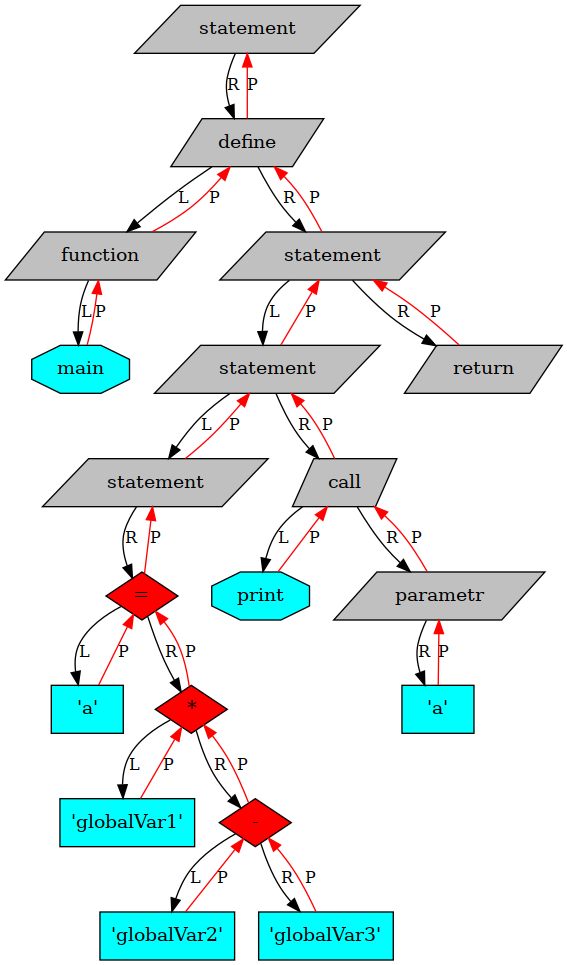
The Graphviz diagram graphviz.png in vihlancevk/MyProgrammingLanguage, before a commit. Its source is kept beside it as graphviz.gv.
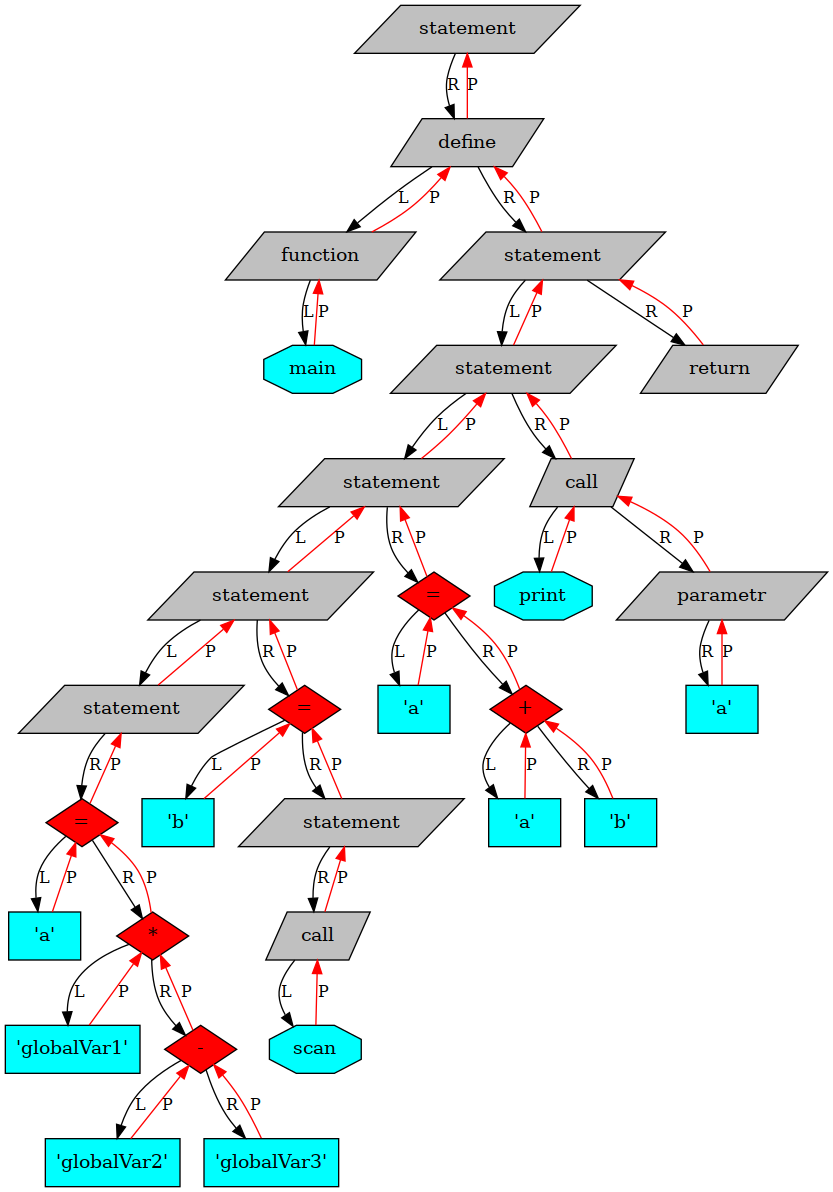
The same file after the commit.

The edit, as a diff of the source:
```diff
@@ -4,61 +4,97 @@
 
 	node[fontsize=14];
 
-	93962177858544[shape=record, shape=parallelogram, style="filled", fillcolor=grey, label="statement"];
-	93962177858608[shape=record, shape=parallelogram, style="filled", fillcolor=grey, label="define"];
-	93962177859088[shape=record, shape=parallelogram, style="filled", fillcolor=grey, label="function"];
-	93962177859568[shape=record, shape=octagon, style="filled", fillcolor=cyan, label="main"];
-	93962177882448[shape=record, shape=parallelogram, style="filled", fillcolor=grey, label="statement"];
-	93962177880048[shape=record, shape=parallelogram, style="filled", fillcolor=grey, label="statement"];
-	93962177860048[shape=record, shape=parallelogram, style="filled", fillcolor=grey, label="statement"];
-	93962177860112[shape=record, shape=diamond, style="filled", fillcolor=red, label="="];
-	93962177860592[shape=record, shape=rectangle, style="filled", fillcolor=cyan, label="'a'"];
-	93962177879152[shape=record, shape=diamond, style="filled", fillcolor=red, label="*"];
-	93962177860656[shape=record, shape=rectangle, style="filled", fillcolor=cyan, label="'globalVar1'"];
-	93962177878672[shape=record, shape=diamond, style="filled", fillcolor=red, label="-"];
-	93962177860720[shape=record, shape=rectangle, style="filled", fillcolor=cyan, label="'globalVar2'"];
-	93962177878192[shape=record, shape=rectangle, style="filled", fillcolor=cyan, label="'globalVar3'"];
-	93962177880112[shape=record, shape=parallelogram, style="filled", fillcolor=grey, label="call"];
-	93962177880592[shape=record, shape=octagon, style="filled", fillcolor=cyan, label="print"];
-	93962177881072[shape=record, shape=parallelogram, style="filled", fillcolor=grey, label="parametr"];
-	93962177881136[shape=record, shape=rectangle, style="filled", fillcolor=cyan, label="'a'"];
-	93962177882512[shape=record, shape=parallelogram, style="filled", fillcolor=grey, label="return"];
+	93998472850592[shape=record, shape=parallelogram, style="filled", fillcolor=grey, label="statement"];
+	93998472850656[shape=record, shape=parallelogram, style="filled", fillcolor=grey, label="define"];
+	93998472851136[shape=record, shape=parallelogram, style="filled", fillcolor=grey, label="function"];
+	93998472851616[shape=record, shape=octagon, style="filled", fillcolor=cyan, label="main"];
+	93998472896256[shape=record, shape=parallelogram, style="filled", fillcolor=grey, label="statement"];
+	93998472893856[shape=record, shape=parallelogram, style="filled", fillcolor=grey, label="statement"];
+	93998472890976[shape=record, shape=parallelogram, style="filled", fillcolor=grey, label="statement"];
+	93998472888096[shape=record, shape=parallelogram, style="filled", fillcolor=grey, label="statement"];
+	93998472852096[shape=record, shape=parallelogram, style="filled", fillcolor=grey, label="statement"];
+	93998472852160[shape=record, shape=diamond, style="filled", fillcolor=red, label="="];
+	93998472852640[shape=record, shape=rectangle, style="filled", fillcolor=cyan, label="'a'"];
+	93998472887200[shape=record, shape=diamond, style="filled", fillcolor=red, label="*"];
+	93998472885280[shape=record, shape=rectangle, style="filled", fillcolor=cyan, label="'globalVar1'"];
+	93998472886720[shape=record, shape=diamond, style="filled", fillcolor=red, label="-"];
+	93998472885760[shape=record, shape=rectangle, style="filled", fillcolor=cyan, label="'globalVar2'"];
+	93998472886240[shape=record, shape=rectangle, style="filled", fillcolor=cyan, label="'globalVar3'"];
+	93998472888160[shape=record, shape=diamond, style="filled", fillcolor=red, label="="];
+	93998472888640[shape=record, shape=rectangle, style="filled", fillcolor=cyan, label="'b'"];
+	93998472889120[shape=record, shape=parallelogram, style="filled", fillcolor=grey, label="statement"];
+	93998472889184[shape=record, shape=parallelogram, style="filled", fillcolor=grey, label="call"];
+	93998472889664[shape=record, shape=octagon, style="filled", fillcolor=cyan, label="scan"];
+	93998472891040[shape=record, shape=diamond, style="filled", fillcolor=red, label="="];
+	93998472891520[shape=record, shape=rectangle, style="filled", fillcolor=cyan, label="'a'"];
+	93998472892960[shape=record, shape=diamond, style="filled", fillcolor=red, label="+"];
+	93998472892000[shape=record, shape=rectangle, style="filled", fillcolor=cyan, label="'a'"];
+	93998472892480[shape=record, shape=rectangle, style="filled", fillcolor=cyan, label="'b'"];
+	93998472893920[shape=record, shape=parallelogram, style="filled", fillcolor=grey, label="call"];
+	93998472894400[shape=record, shape=octagon, style="filled", fillcolor=cyan, label="print"];
+	93998472894880[shape=record, shape=parallelogram, style="filled", fillcolor=grey, label="parametr"];
+	93998472894944[shape=record, shape=rectangle, style="filled", fillcolor=cyan, label="'a'"];
+	93998472896320[shape=record, shape=parallelogram, style="filled", fillcolor=grey, label="return"];
 
-	93962177858544 -> 93962177858608[label = "R", fontsize=12]
-	93962177858608 -> 93962177858544[label = "P", color=red, fontsize=12]
-	93962177858608 -> 93962177859088[label = "L", fontsize=12]
-	93962177858608 -> 93962177882448[label = "R", fontsize=12]
-	93962177859088 -> 93962177858608[label = "P", color=red, fontsize=12]
-	93962177859088 -> 93962177859568[label = "L", fontsize=12]
-	93962177859568 -> 93962177859088[label = "P", color=red, fontsize=12]
-	93962177882448 -> 93962177858608[label = "P", color=red, fontsize=12]
-	93962177882448 -> 93962177880048[label = "L", fontsize=12]
-	93962177882448 -> 93962177882512[label = "R", fontsize=12]
-	93962177880048 -> 93962177882448[label = "P", color=red, fontsize=12]
-	93962177880048 -> 93962177860048[label = "L", fontsize=12]
-	93962177880048 -> 93962177880112[label = "R", fontsize=12]
-	93962177860048 -> 93962177880048[label = "P", color=red, fontsize=12]
-	93962177860048 -> 93962177860112[label = "R", fontsize=12]
-	93962177860112 -> 93962177860048[label = "P", color=red, fontsize=12]
-	93962177860112 -> 93962177860592[label = "L", fontsize=12]
-	93962177860112 -> 93962177879152[label = "R", fontsize=12]
-	93962177860592 -> 93962177860112[label = "P", color=red, fontsize=12]
-	93962177879152 -> 93962177860112[label = "P", color=red, fontsize=12]
-	93962177879152 -> 93962177860656[label = "L", fontsize=12]
-	93962177879152 -> 93962177878672[label = "R", fontsize=12]
-	93962177860656 -> 93962177879152[label = "P", color=red, fontsize=12]
-	93962177878672 -> 93962177879152[label = "P", color=red, fontsize=12]
-	93962177878672 -> 93962177860720[label = "L", fontsize=12]
-	93962177878672 -> 93962177878192[label = "R", fontsize=12]
-	93962177860720 -> 93962177878672[label = "P", color=red, fontsize=12]
-	93962177878192 -> 93962177878672[label = "P", color=red, fontsize=12]
-	93962177880112 -> 93962177880048[label = "P", color=red, fontsize=12]
-	93962177880112 -> 93962177880592[label = "L", fontsize=12]
-	93962177880112 -> 93962177881072[label = "R", fontsize=12]
-	93962177880592 -> 93962177880112[label = "P", color=red, fontsize=12]
-	93962177881072 -> 93962177880112[label = "P", color=red, fontsize=12]
-	93962177881072 -> 93962177881136[label = "R", fontsize=12]
-	93962177881136 -> 93962177881072[label = "P", color=red, fontsize=12]
-	93962177882512 -> 93962177882448[label = "P", color=red, fontsize=12]
+	93998472850592 -> 93998472850656[label = "R", fontsize=12]
+	93998472850656 -> 93998472850592[label = "P", color=red, fontsize=12]
+	93998472850656 -> 93998472851136[label = "L", fontsize=12]
+	93998472850656 -> 93998472896256[label = "R", fontsize=12]
+	93998472851136 -> 93998472850656[label = "P", color=red, fontsize=12]
+	93998472851136 -> 93998472851616[label = "L", fontsize=12]
+	93998472851616 -> 93998472851136[label = "P", color=red, fontsize=12]
+	93998472896256 -> 93998472850656[label = "P", color=red, fontsize=12]
+	93998472896256 -> 93998472893856[label = "L", fontsize=12]
+	93998472896256 -> 93998472896320[label = "R", fontsize=12]
+	93998472893856 -> 93998472896256[label = "P", color=red, fontsize=12]
+	93998472893856 -> 93998472890976[label = "L", fontsize=12]
+	93998472893856 -> 93998472893920[label = "R", fontsize=12]
+	93998472890976 -> 93998472893856[label = "P", color=red, fontsize=12]
+	93998472890976 -> 93998472888096[label = "L", fontsize=12]
+	93998472890976 -> 93998472891040[label = "R", fontsize=12]
+	93998472888096 -> 93998472890976[label = "P", color=red, fontsize=12]
+	93998472888096 -> 93998472852096[label = "L", fontsize=12]
+	93998472888096 -> 93998472888160[label = "R", fontsize=12]
+	93998472852096 -> 93998472888096[label = "P", color=red, fontsize=12]
+	93998472852096 -> 93998472852160[label = "R", fontsize=12]
+	93998472852160 -> 93998472852096[label = "P", color=red, fontsize=12]
+	93998472852160 -> 93998472852640[label = "L", fontsize=12]
+	93998472852160 -> 93998472887200[label = "R", fontsize=12]
+	93998472852640 -> 93998472852160[label = "P", color=red, fontsize=12]
+	93998472887200 -> 93998472852160[label = "P", color=red, fontsize=12]
+	93998472887200 -> 93998472885280[label = "L", fontsize=12]
+	93998472887200 -> 93998472886720[label = "R", fontsize=12]
+	93998472885280 -> 93998472887200[label = "P", color=red, fontsize=12]
+	93998472886720 -> 93998472887200[label = "P", color=red, fontsize=12]
+	93998472886720 -> 93998472885760[label = "L", fontsize=12]
+	93998472886720 -> 93998472886240[label = "R", fontsize=12]
+	93998472885760 -> 93998472886720[label = "P", color=red, fontsize=12]
+	93998472886240 -> 93998472886720[label = "P", color=red, fontsize=12]
+	93998472888160 -> 93998472888096[label = "P", color=red, fontsize=12]
+	93998472888160 -> 93998472888640[label = "L", fontsize=12]
+	93998472888160 -> 93998472889120[label = "R", fontsize=12]
+	93998472888640 -> 93998472888160[label = "P", color=red, fontsize=12]
+	93998472889120 -> 93998472888160[label = "P", color=red, fontsize=12]
+	93998472889120 -> 93998472889184[label = "R", fontsize=12]
+	93998472889184 -> 93998472889120[label = "P", color=red, fontsize=12]
+	93998472889184 -> 93998472889664[label = "L", fontsize=12]
+	93998472889664 -> 93998472889184[label = "P", color=red, fontsize=12]
+	93998472891040 -> 93998472890976[label = "P", color=red, fontsize=12]
+	93998472891040 -> 93998472891520[label = "L", fontsize=12]
+	93998472891040 -> 93998472892960[label = "R", fontsize=12]
+	93998472891520 -> 93998472891040[label = "P", color=red, fontsize=12]
+	93998472892960 -> 93998472891040[label = "P", color=red, fontsize=12]
+	93998472892960 -> 93998472892000[label = "L", fontsize=12]
+	93998472892960 -> 93998472892480[label = "R", fontsize=12]
+	93998472892000 -> 93998472892960[label = "P", color=red, fontsize=12]
+	93998472892480 -> 93998472892960[label = "P", color=red, fontsize=12]
+	93998472893920 -> 93998472893856[label = "P", color=red, fontsize=12]
+	93998472893920 -> 93998472894400[label = "L", fontsize=12]
+	93998472893920 -> 93998472894880[label = "R", fontsize=12]
+	93998472894400 -> 93998472893920[label = "P", color=red, fontsize=12]
+	93998472894880 -> 93998472893920[label = "P", color=red, fontsize=12]
+	93998472894880 -> 93998472894944[label = "R", fontsize=12]
+	93998472894944 -> 93998472894880[label = "P", color=red, fontsize=12]
+	93998472896320 -> 93998472896256[label = "P", color=red, fontsize=12]
 
 }
```
